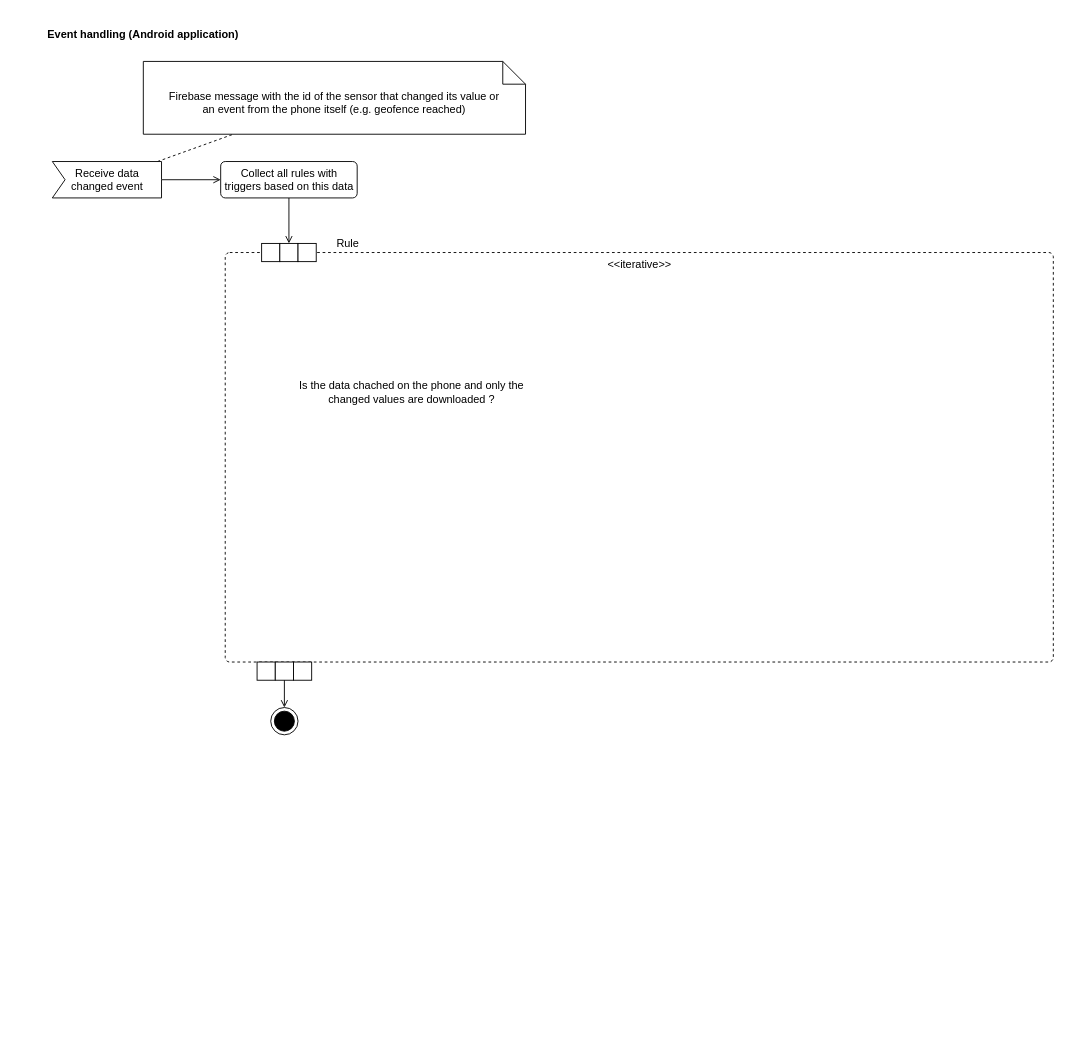
The draw.io diagram ActivityDiagrams/EventHandling.drawio in frozzenshooter/LoRaParkAppDocumentation, before the edit. Source tidied: cells renumbered, new cells numbered last; positions are measured from the earlier drawing's top-left corner, leaving out a move shared by most shapes. Both pictures are drawn from the tidied source at 91%, with x=0, y=0 at pixel (15, 15).
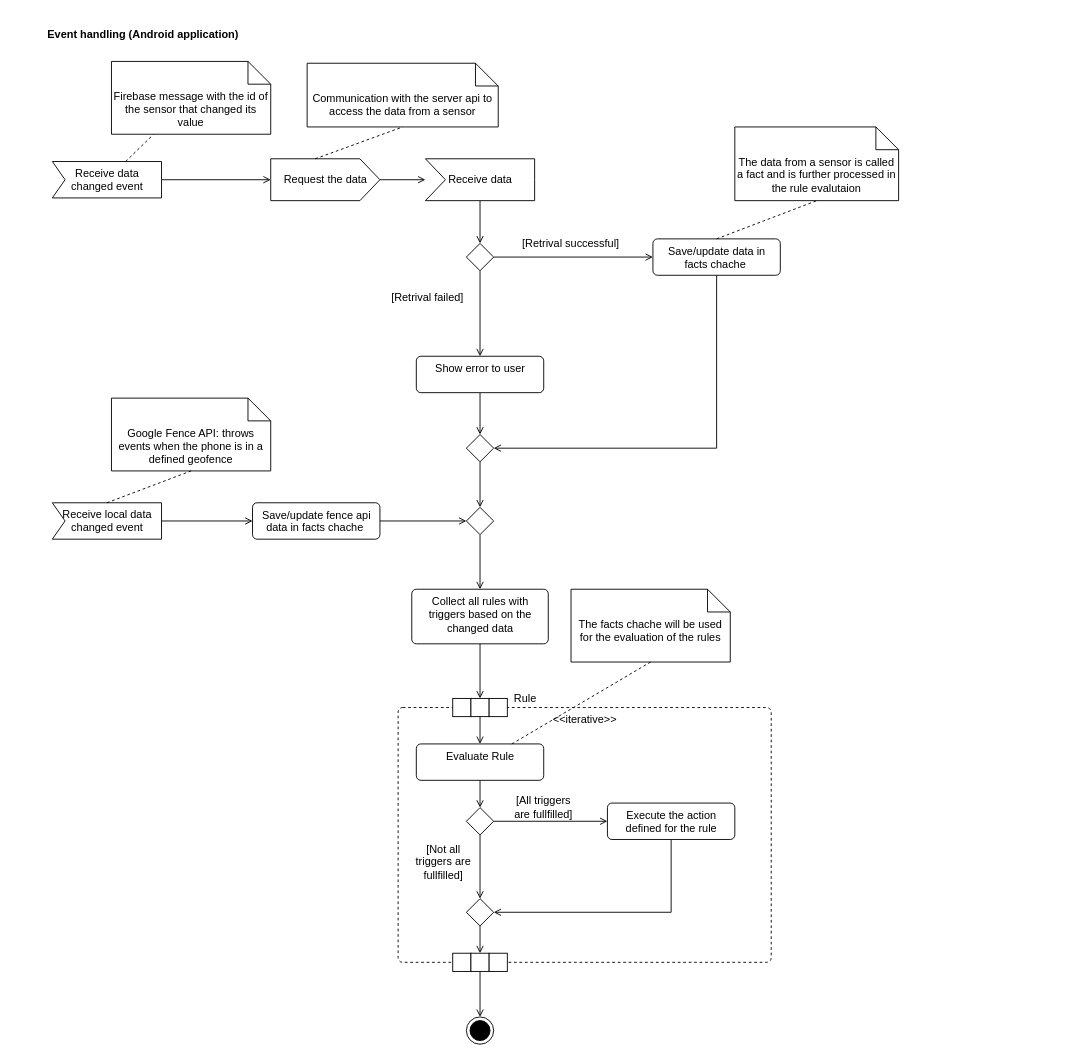
Above is the later version.

The change refers to these unchanged cells:
```xml
<mxCell id="4" value="Receive data&lt;br&gt;changed event" style="html=1;shadow=0;dashed=0;align=center;verticalAlign=middle;shape=mxgraph.arrows2.arrow;dy=0;dx=0;notch=14;" parent="1" vertex="1">
  <mxGeometry x="40" y="160" width="120" height="40" as="geometry" />
</mxCell>
<mxCell id="14" style="rounded=0;whiteSpace=wrap;html=1;" parent="12" vertex="1">
  <mxGeometry x="20" width="20" height="20" as="geometry" />
</mxCell>
<mxCell id="19" style="rounded=0;whiteSpace=wrap;html=1;" parent="17" vertex="1">
  <mxGeometry x="20" width="20" height="20" as="geometry" />
</mxCell>
```

Diff of the diagram source:
```diff
@@
-    <mxCell id="3" style="edgeStyle=none;rounded=0;jettySize=auto;html=1;entryX=0;entryY=0.5;entryDx=0;entryDy=0;endArrow=open;endFill=0;" parent="1" edge="1" source="4" target="9">
+    <mxCell id="3" style="edgeStyle=none;rounded=0;jettySize=auto;html=1;endArrow=open;endFill=0;entryX=0;entryY=0.5;entryDx=0;entryDy=0;entryPerimeter=0;" parent="1" edge="1" source="4" target="24">
       <mxGeometry relative="1" as="geometry" />
     </mxCell>
@@
-    <mxCell id="6" value="Firebase message with the id of the sensor that changed its value or&lt;br&gt;an event from the phone itself (e.g. geofence reached)" style="shape=note2;boundedLbl=1;whiteSpace=wrap;html=1;size=25;verticalAlign=top;align=center;" parent="1" vertex="1">
-      <mxGeometry x="140" y="50" width="420" height="80" as="geometry" />
+    <mxCell id="6" value="Firebase message with the id of the sensor that changed its value" style="shape=note2;boundedLbl=1;whiteSpace=wrap;html=1;size=25;verticalAlign=top;align=center;" parent="1" vertex="1">
+      <mxGeometry x="105" y="50" width="175" height="80" as="geometry" />
     </mxCell>
     <mxCell id="7" style="ellipse;html=1;shape=endState;fillColor=#000000;strokeColor=#000000;" parent="1" vertex="1">
-      <mxGeometry x="280" y="760" width="30" height="30" as="geometry" />
+      <mxGeometry x="495" y="1100" width="30" height="30" as="geometry" />
     </mxCell>
-    <mxCell id="8" style="edgeStyle=none;rounded=0;jettySize=auto;html=1;endArrow=open;endFill=0;entryX=0.5;entryY=0;entryDx=0;entryDy=0;" parent="1" edge="1" source="9">
-      <mxGeometry relative="1" as="geometry">
-        <mxPoint x="300" y="250" as="targetPoint" />
-      </mxGeometry>
-    </mxCell>
+    <mxCell id="22" style="edgeStyle=none;rounded=0;jettySize=auto;html=1;entryX=0.5;entryY=0;entryDx=0;entryDy=0;endArrow=open;endFill=0;" parent="1" edge="1" source="9" target="19">
+      <mxGeometry relative="1" as="geometry" />
+    </mxCell>
-    <mxCell id="9" value="Collect all rules with&lt;br&gt;triggers based on this data" style="html=1;align=center;verticalAlign=top;rounded=1;absoluteArcSize=1;arcSize=10;dashed=0;" parent="1" vertex="1">
-      <mxGeometry x="225" y="160" width="150" height="40" as="geometry" />
+    <mxCell id="9" value="Collect all rules with&lt;br&gt;triggers based on the &lt;br&gt;changed data" style="html=1;align=center;verticalAlign=top;rounded=1;absoluteArcSize=1;arcSize=10;dashed=0;" parent="1" vertex="1">
+      <mxGeometry x="435" y="630" width="150" height="60" as="geometry" />
     </mxCell>
     <mxCell id="10" value="&amp;lt;&amp;lt;iterative&amp;gt;&amp;gt;" style="html=1;align=center;verticalAlign=top;rounded=1;absoluteArcSize=1;arcSize=10;dashed=1;" parent="1" vertex="1">
-      <mxGeometry x="230" y="260" width="910" height="450" as="geometry" />
+      <mxGeometry x="420" y="760" width="410" height="280" as="geometry" />
     </mxCell>
     <mxCell id="11" value="Rule" style="text;html=1;strokeColor=none;fillColor=none;align=center;verticalAlign=middle;whiteSpace=wrap;rounded=0;" parent="1" vertex="1">
-      <mxGeometry x="325" y="240" width="80" height="20" as="geometry" />
+      <mxGeometry x="520" y="740" width="80" height="20" as="geometry" />
     </mxCell>
     <mxCell id="12" style="group;" parent="1" vertex="1">
-      <mxGeometry x="265" y="710" width="60" height="20" as="geometry" />
+      <mxGeometry x="480" y="1030" width="60" height="20" as="geometry" />
     </mxCell>
@@
     <mxCell id="17" style="group;" parent="1" vertex="1">
-      <mxGeometry x="270" y="250" width="60" height="20" as="geometry" />
+      <mxGeometry x="480" y="750" width="60" height="20" as="geometry" />
     </mxCell>
@@
-    <mxCell id="21" value="Is the data chached on the phone and only the changed values are downloaded ?" style="text;html=1;strokeColor=none;fillColor=none;align=center;verticalAlign=middle;whiteSpace=wrap;rounded=0;" parent="1" vertex="1">
-      <mxGeometry x="290" y="384" width="290" height="60" as="geometry" />
-    </mxCell>
+    <mxCell id="23" style="edgeStyle=none;rounded=0;jettySize=auto;html=1;endArrow=open;endFill=0;" parent="1" edge="1" source="24" target="26">
+      <mxGeometry relative="1" as="geometry" />
+    </mxCell>
+    <mxCell id="24" value="Request the data" style="html=1;shadow=0;dashed=0;align=center;verticalAlign=middle;shape=mxgraph.arrows2.arrow;dy=0;dx=22;notch=0;" parent="1" vertex="1">
+      <mxGeometry x="280" y="157" width="120" height="46" as="geometry" />
+    </mxCell>
+    <mxCell id="25" style="edgeStyle=none;rounded=0;jettySize=auto;html=1;entryX=0.5;entryY=0;entryDx=0;entryDy=0;endArrow=open;endFill=0;" parent="1" edge="1" source="26" target="31">
+      <mxGeometry relative="1" as="geometry" />
+    </mxCell>
+    <mxCell id="26" value="Receive data" style="html=1;shadow=0;dashed=0;align=center;verticalAlign=middle;shape=mxgraph.arrows2.arrow;dy=0;dx=0;notch=22;" parent="1" vertex="1">
+      <mxGeometry x="450" y="157" width="120" height="46" as="geometry" />
+    </mxCell>
+    <mxCell id="27" value="Communication with the server api to access the data from a sensor" style="shape=note2;boundedLbl=1;whiteSpace=wrap;html=1;size=25;verticalAlign=top;align=center;" parent="1" vertex="1">
+      <mxGeometry x="320" y="52" width="210" height="70" as="geometry" />
+    </mxCell>
+    <mxCell id="28" style="rounded=0;jettySize=auto;html=1;dashed=1;endArrow=none;endFill=0;entryX=0.5;entryY=1;entryDx=0;entryDy=0;entryPerimeter=0;exitX=0;exitY=0;exitDx=49;exitDy=0;exitPerimeter=0;" parent="1" edge="1" source="24" target="27">
+      <mxGeometry relative="1" as="geometry" />
+    </mxCell>
+    <mxCell id="29" style="edgeStyle=none;rounded=0;jettySize=auto;html=1;entryX=0.5;entryY=0;entryDx=0;entryDy=0;endArrow=open;endFill=0;" parent="1" edge="1" source="31" target="33">
+      <mxGeometry relative="1" as="geometry" />
+    </mxCell>
+    <mxCell id="30" style="edgeStyle=none;rounded=0;jettySize=auto;html=1;entryX=0;entryY=0.5;entryDx=0;entryDy=0;endArrow=open;endFill=0;" parent="1" edge="1" source="31" target="38">
+      <mxGeometry relative="1" as="geometry" />
+    </mxCell>
+    <mxCell id="31" style="rhombus;" parent="1" vertex="1">
+      <mxGeometry x="495" y="250" width="30" height="30" as="geometry" />
+    </mxCell>
+    <mxCell id="32" style="edgeStyle=none;rounded=0;jettySize=auto;html=1;entryX=0.5;entryY=0;entryDx=0;entryDy=0;endArrow=open;endFill=0;" parent="1" edge="1" source="33" target="35">
+      <mxGeometry relative="1" as="geometry" />
+    </mxCell>
+    <mxCell id="33" value="Show error to user" style="html=1;align=center;verticalAlign=top;rounded=1;absoluteArcSize=1;arcSize=10;dashed=0;" parent="1" vertex="1">
+      <mxGeometry x="440" y="374" width="140" height="40" as="geometry" />
+    </mxCell>
+    <mxCell id="34" style="edgeStyle=none;rounded=0;jettySize=auto;html=1;entryX=0.5;entryY=0;entryDx=0;entryDy=0;endArrow=open;endFill=0;" parent="1" edge="1" source="35" target="46">
+      <mxGeometry relative="1" as="geometry" />
+    </mxCell>
+    <mxCell id="35" style="rhombus;" parent="1" vertex="1">
+      <mxGeometry x="495" y="460" width="30" height="30" as="geometry" />
+    </mxCell>
+    <mxCell id="36" value="[Retrival failed]" style="text;html=1;strokeColor=none;fillColor=none;align=center;verticalAlign=middle;whiteSpace=wrap;rounded=0;" parent="1" vertex="1">
+      <mxGeometry x="410" y="300" width="85" height="20" as="geometry" />
+    </mxCell>
+    <mxCell id="37" style="edgeStyle=none;rounded=0;jettySize=auto;html=1;entryX=1;entryY=0.5;entryDx=0;entryDy=0;endArrow=open;endFill=0;" parent="1" edge="1" source="38" target="35">
+      <mxGeometry relative="1" as="geometry">
+        <Array as="points">
+          <mxPoint x="770" y="475" />
+        </Array>
+      </mxGeometry>
+    </mxCell>
+    <mxCell id="38" value="Save/update data in &lt;br&gt;facts chache&amp;nbsp;" style="html=1;align=center;verticalAlign=top;rounded=1;absoluteArcSize=1;arcSize=10;dashed=0;" parent="1" vertex="1">
+      <mxGeometry x="700" y="245" width="140" height="40" as="geometry" />
+    </mxCell>
+    <mxCell id="39" value="[Retrival successful]" style="text;html=1;strokeColor=none;fillColor=none;align=center;verticalAlign=middle;whiteSpace=wrap;rounded=0;" parent="1" vertex="1">
+      <mxGeometry x="550" y="240" width="120" height="20" as="geometry" />
+    </mxCell>
+    <mxCell id="40" value="The data from a sensor is called a fact and is further processed in the rule evalutaion" style="shape=note2;boundedLbl=1;whiteSpace=wrap;html=1;size=25;verticalAlign=top;align=center;" parent="1" vertex="1">
+      <mxGeometry x="790" y="122" width="180" height="81" as="geometry" />
+    </mxCell>
+    <mxCell id="41" style="rounded=0;jettySize=auto;html=1;dashed=1;endArrow=none;endFill=0;entryX=0.5;entryY=1;entryDx=0;entryDy=0;entryPerimeter=0;exitX=0.5;exitY=0;exitDx=0;exitDy=0;" parent="1" edge="1" source="38" target="40">
+      <mxGeometry relative="1" as="geometry" />
+    </mxCell>
+    <mxCell id="42" style="edgeStyle=none;rounded=0;jettySize=auto;html=1;entryX=0;entryY=0.5;entryDx=0;entryDy=0;endArrow=open;endFill=0;" parent="1" edge="1" source="43" target="63">
+      <mxGeometry relative="1" as="geometry" />
+    </mxCell>
+    <mxCell id="43" value="Receive local data&lt;br&gt;changed event" style="html=1;shadow=0;dashed=0;align=center;verticalAlign=middle;shape=mxgraph.arrows2.arrow;dy=0;dx=0;notch=14;" parent="1" vertex="1">
+      <mxGeometry x="40" y="535" width="120" height="40" as="geometry" />
+    </mxCell>
+    <mxCell id="44" value="Google Fence API: throws events when the phone is in a defined geofence" style="shape=note2;boundedLbl=1;whiteSpace=wrap;html=1;size=25;verticalAlign=top;align=center;" parent="1" vertex="1">
+      <mxGeometry x="105" y="420" width="175" height="80" as="geometry" />
+    </mxCell>
+    <mxCell id="45" style="edgeStyle=none;rounded=0;jettySize=auto;html=1;entryX=0.5;entryY=0;entryDx=0;entryDy=0;endArrow=open;endFill=0;" parent="1" edge="1" source="46" target="9">
+      <mxGeometry relative="1" as="geometry" />
+    </mxCell>
+    <mxCell id="46" style="rhombus;" parent="1" vertex="1">
+      <mxGeometry x="495" y="540" width="30" height="30" as="geometry" />
+    </mxCell>
+    <mxCell id="47" style="rounded=0;jettySize=auto;html=1;dashed=1;endArrow=none;endFill=0;entryX=0.5;entryY=1;entryDx=0;entryDy=0;entryPerimeter=0;exitX=0;exitY=0;exitDx=60;exitDy=0;exitPerimeter=0;" parent="1" edge="1" source="43" target="44">
+      <mxGeometry relative="1" as="geometry" />
+    </mxCell>
+    <mxCell id="48" style="edgeStyle=none;rounded=0;jettySize=auto;html=1;endArrow=open;endFill=0;" parent="1" edge="1" source="49" target="55">
+      <mxGeometry relative="1" as="geometry" />
+    </mxCell>
+    <mxCell id="49" value="Evaluate Rule" style="html=1;align=center;verticalAlign=top;rounded=1;absoluteArcSize=1;arcSize=10;dashed=0;" parent="1" vertex="1">
+      <mxGeometry x="440" y="800" width="140" height="40" as="geometry" />
+    </mxCell>
+    <mxCell id="50" value="The facts chache will be used for the evaluation of the rules" style="shape=note2;boundedLbl=1;whiteSpace=wrap;html=1;size=25;verticalAlign=top;align=center;" parent="1" vertex="1">
+      <mxGeometry x="610" y="630" width="175" height="80" as="geometry" />
+    </mxCell>
+    <mxCell id="51" style="rounded=0;jettySize=auto;html=1;dashed=1;endArrow=none;endFill=0;entryX=0.5;entryY=1;entryDx=0;entryDy=0;entryPerimeter=0;exitX=0.75;exitY=0;exitDx=0;exitDy=0;" parent="1" edge="1" source="49" target="50">
+      <mxGeometry relative="1" as="geometry" />
+    </mxCell>
+    <mxCell id="52" style="edgeStyle=none;rounded=0;jettySize=auto;html=1;entryX=0.5;entryY=0;entryDx=0;entryDy=0;endArrow=open;endFill=0;" parent="1" edge="1" source="19" target="49">
+      <mxGeometry relative="1" as="geometry" />
+    </mxCell>
+    <mxCell id="53" style="edgeStyle=none;rounded=0;jettySize=auto;html=1;endArrow=open;endFill=0;" parent="1" edge="1" source="55" target="57">
+      <mxGeometry relative="1" as="geometry" />
+    </mxCell>
+    <mxCell id="54" style="edgeStyle=none;rounded=0;jettySize=auto;html=1;entryX=0;entryY=0.5;entryDx=0;entryDy=0;endArrow=open;endFill=0;" parent="1" edge="1" source="55" target="59">
+      <mxGeometry relative="1" as="geometry" />
+    </mxCell>
+    <mxCell id="55" style="rhombus;" parent="1" vertex="1">
+      <mxGeometry x="495" y="870" width="30" height="30" as="geometry" />
+    </mxCell>
+    <mxCell id="56" style="edgeStyle=none;rounded=0;jettySize=auto;html=1;endArrow=open;endFill=0;" parent="1" edge="1" source="57" target="14">
+      <mxGeometry relative="1" as="geometry" />
+    </mxCell>
+    <mxCell id="57" style="rhombus;" parent="1" vertex="1">
+      <mxGeometry x="495" y="970" width="30" height="30" as="geometry" />
+    </mxCell>
+    <mxCell id="58" style="edgeStyle=none;rounded=0;jettySize=auto;html=1;entryX=1;entryY=0.5;entryDx=0;entryDy=0;endArrow=open;endFill=0;" parent="1" edge="1" source="59" target="57">
+      <mxGeometry relative="1" as="geometry">
+        <Array as="points">
+          <mxPoint x="720" y="985" />
+        </Array>
+      </mxGeometry>
+    </mxCell>
+    <mxCell id="59" value="Execute the action&lt;br&gt;defined for the rule" style="html=1;align=center;verticalAlign=top;rounded=1;absoluteArcSize=1;arcSize=10;dashed=0;" parent="1" vertex="1">
+      <mxGeometry x="650" y="865" width="140" height="40" as="geometry" />
+    </mxCell>
+    <mxCell id="60" value="[All triggers are fullfilled]" style="text;html=1;strokeColor=none;fillColor=none;align=center;verticalAlign=middle;whiteSpace=wrap;rounded=0;" parent="1" vertex="1">
+      <mxGeometry x="540" y="860" width="80" height="20" as="geometry" />
+    </mxCell>
+    <mxCell id="61" value="[Not all triggers are fullfilled]" style="text;html=1;strokeColor=none;fillColor=none;align=center;verticalAlign=middle;whiteSpace=wrap;rounded=0;" parent="1" vertex="1">
+      <mxGeometry x="430" y="905" width="80" height="50" as="geometry" />
+    </mxCell>
+    <mxCell id="62" style="edgeStyle=none;rounded=0;jettySize=auto;html=1;entryX=0;entryY=0.5;entryDx=0;entryDy=0;endArrow=open;endFill=0;" parent="1" edge="1" source="63" target="46">
+      <mxGeometry relative="1" as="geometry" />
+    </mxCell>
+    <mxCell id="63" value="Save/update fence api&lt;br&gt;data in facts chache&amp;nbsp;" style="html=1;align=center;verticalAlign=top;rounded=1;absoluteArcSize=1;arcSize=10;dashed=0;" parent="1" vertex="1">
+      <mxGeometry x="260" y="535" width="140" height="40" as="geometry" />
+    </mxCell>
```
